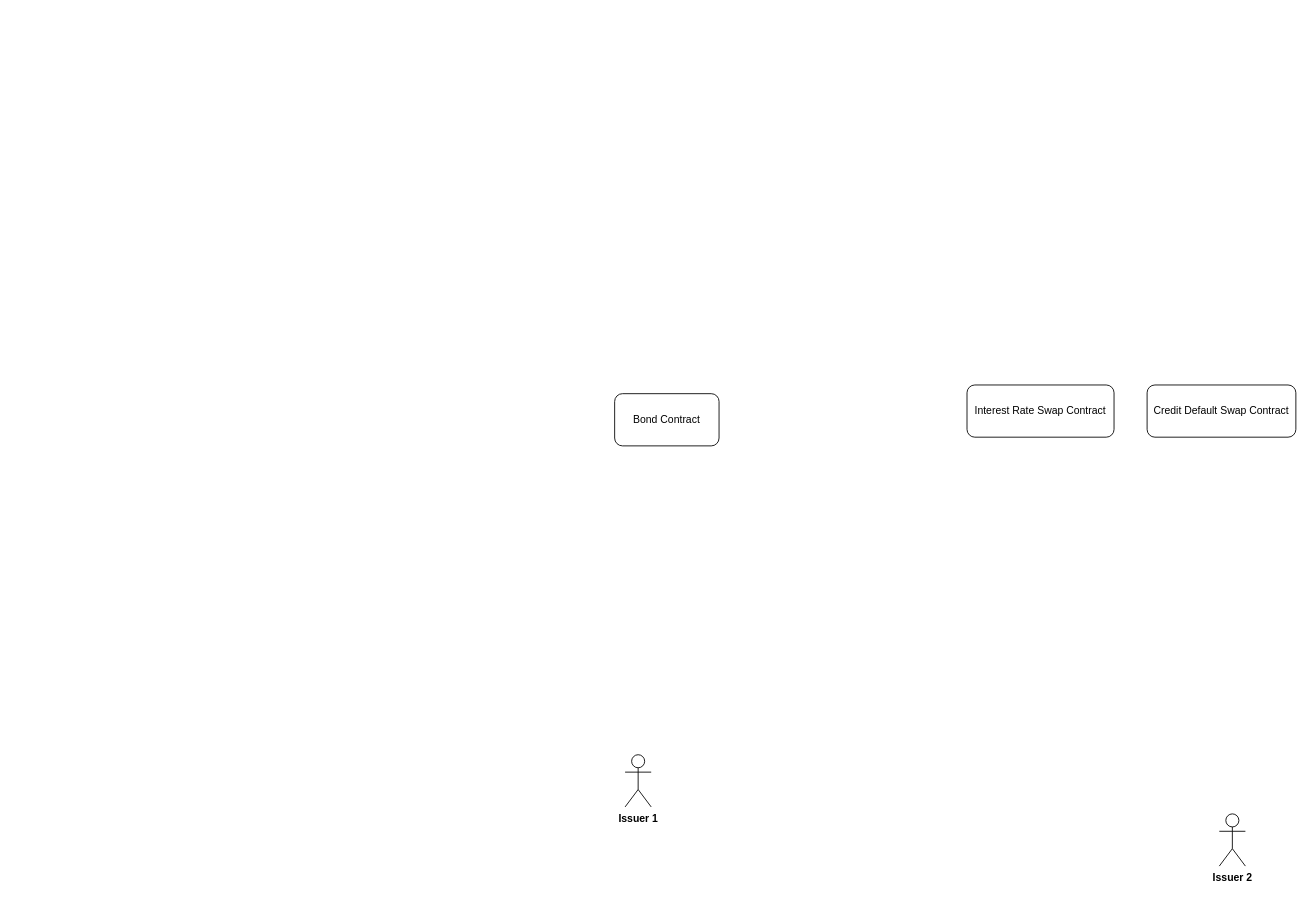
Before: DeRiskM.drawio in Edoumou/drawings, a draw.io diagram. Source tidied: cells renumbered, new cells numbered last; positions are measured from the earlier drawing's top-left corner, leaving out a move shared by most shapes. Both pictures are drawn from the tidied source at 87%, with x=0, y=0 at pixel (614, 385).
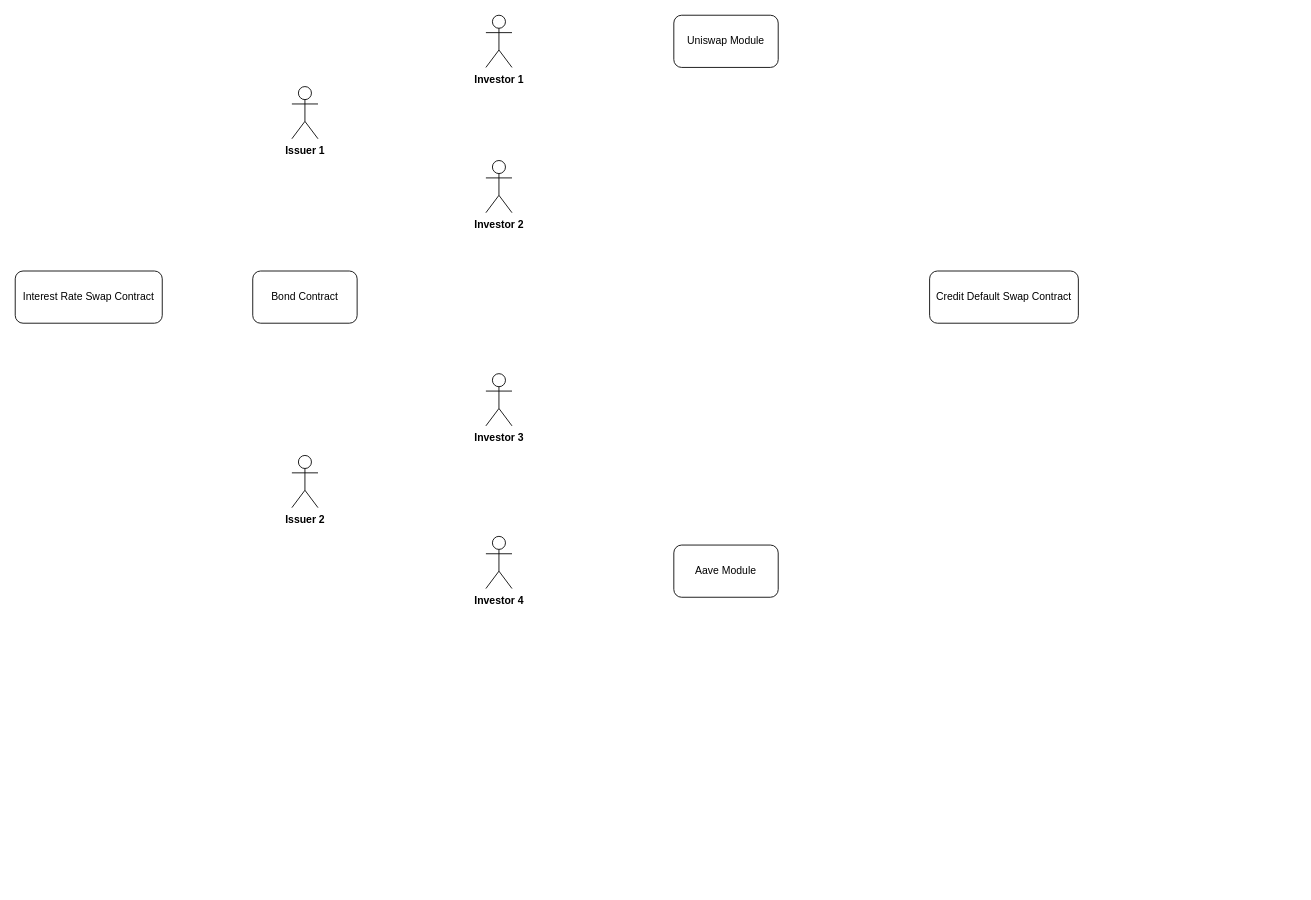
The same diagram, later.

What changed in the source:
```diff
@@
 <mxGraphModel>
   <root>
     <mxCell id="0" />
     <mxCell id="1" parent="0" />
     <mxCell id="2" value="&lt;b&gt;Issuer 1&lt;/b&gt;" style="shape=umlActor;verticalLabelPosition=bottom;verticalAlign=top;html=1;" parent="1" vertex="1">
-      <mxGeometry x="12" y="425" width="30" height="60" as="geometry" />
+      <mxGeometry x="-371" y="-343" width="30" height="60" as="geometry" />
     </mxCell>
     <mxCell id="3" value="&lt;b&gt;Issuer 2&lt;/b&gt;" style="shape=umlActor;verticalLabelPosition=bottom;verticalAlign=top;html=1;" parent="1" vertex="1">
-      <mxGeometry x="695" y="493" width="30" height="60" as="geometry" />
+      <mxGeometry x="-371" y="81" width="30" height="60" as="geometry" />
     </mxCell>
     <mxCell id="4" value="Bond Contract" style="rounded=1;whiteSpace=wrap;html=1;" parent="1" vertex="1">
-      <mxGeometry y="10" width="120" height="60" as="geometry" />
+      <mxGeometry x="-416" y="-131" width="120" height="60" as="geometry" />
     </mxCell>
     <mxCell id="5" value="Interest Rate Swap Contract" style="rounded=1;whiteSpace=wrap;html=1;" parent="1" vertex="1">
-      <mxGeometry x="405" width="169" height="60" as="geometry" />
+      <mxGeometry x="-689" y="-131" width="169" height="60" as="geometry" />
     </mxCell>
     <mxCell id="6" value="Credit Default Swap Contract" style="rounded=1;whiteSpace=wrap;html=1;" parent="1" vertex="1">
-      <mxGeometry x="612" width="171" height="60" as="geometry" />
+      <mxGeometry x="362" y="-131" width="171" height="60" as="geometry" />
     </mxCell>
+    <mxCell id="7" value="Aave Module" style="rounded=1;whiteSpace=wrap;html=1;" parent="1" vertex="1">
+      <mxGeometry x="68" y="184" width="120" height="60" as="geometry" />
+    </mxCell>
+    <mxCell id="8" value="Uniswap Module" style="rounded=1;whiteSpace=wrap;html=1;" parent="1" vertex="1">
+      <mxGeometry x="68" y="-425" width="120" height="60" as="geometry" />
+    </mxCell>
+    <mxCell id="9" value="&lt;b&gt;Investor 1&lt;/b&gt;" style="shape=umlActor;verticalLabelPosition=bottom;verticalAlign=top;html=1;" parent="1" vertex="1">
+      <mxGeometry x="-148" y="-425" width="30" height="60" as="geometry" />
+    </mxCell>
+    <mxCell id="10" value="&lt;b&gt;Investor 2&lt;/b&gt;" style="shape=umlActor;verticalLabelPosition=bottom;verticalAlign=top;html=1;" parent="1" vertex="1">
+      <mxGeometry x="-148" y="-258" width="30" height="60" as="geometry" />
+    </mxCell>
+    <mxCell id="11" value="&lt;b&gt;Investor 3&lt;/b&gt;" style="shape=umlActor;verticalLabelPosition=bottom;verticalAlign=top;html=1;" parent="1" vertex="1">
+      <mxGeometry x="-148" y="-13" width="30" height="60" as="geometry" />
+    </mxCell>
+    <mxCell id="12" value="&lt;b&gt;Investor 4&lt;/b&gt;" style="shape=umlActor;verticalLabelPosition=bottom;verticalAlign=top;html=1;" parent="1" vertex="1">
+      <mxGeometry x="-148" y="174" width="30" height="60" as="geometry" />
+    </mxCell>
   </root>
 </mxGraphModel>
```
